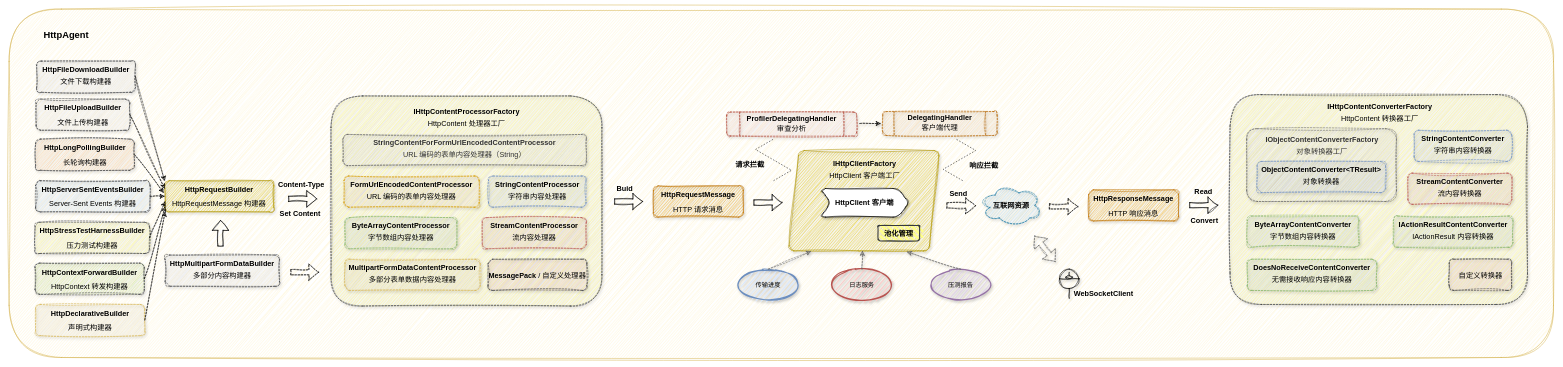
Before: drawio/HttpAgent.drawio in MonkSoul/HttpAgent, a draw.io diagram. Source tidied: cells renumbered, new cells numbered last; positions are measured from the earlier drawing's top-left corner, leaving out a move shared by most shapes. Both pictures are drawn from the tidied source at 52%, with x=0, y=0 at pixel (9, 9).
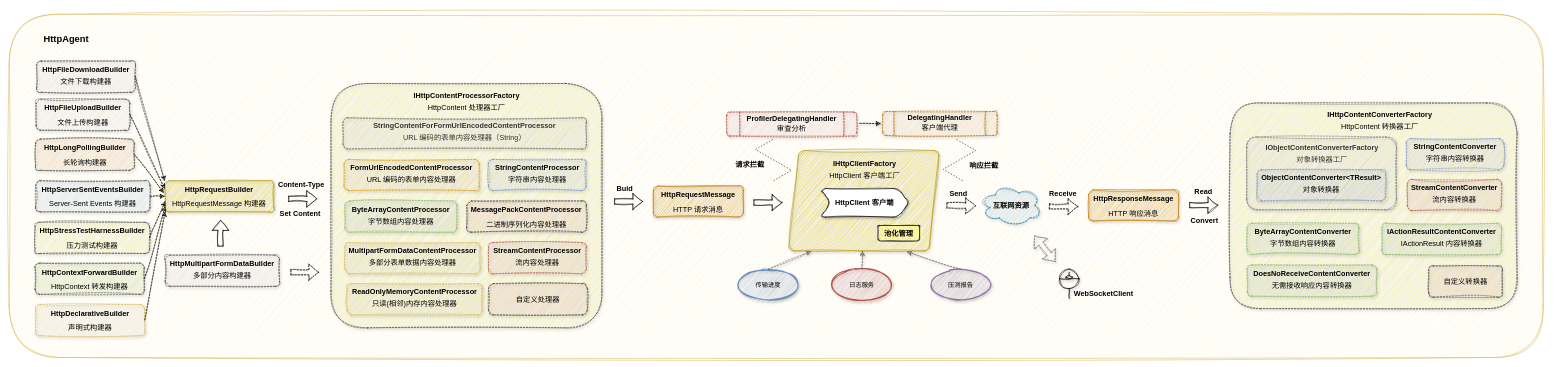
After the change.

Diff of the diagram source:
```diff
@@
     <mxCell id="2" style="rounded=1;whiteSpace=wrap;html=1;sketch=1;curveFitting=1;jiggle=2;fillColor=#fff2cc;strokeColor=#d6b656;" parent="1" vertex="1">
-      <mxGeometry width="2970" height="670" as="geometry" />
+      <mxGeometry y="10" width="2950" height="660" as="geometry" />
     </mxCell>
     <mxCell id="3" style="rounded=1;whiteSpace=wrap;html=1;fontSize=14;fontStyle=1;labelBackgroundColor=none;glass=0;shadow=1;sketch=1;curveFitting=1;jiggle=2;dashed=1;fillColor=#ffff88;strokeColor=#36393d;" parent="1" vertex="1">
-      <mxGeometry x="2348" y="164.5" width="572" height="403.5" as="geometry" />
+      <mxGeometry x="2348" y="180.5" width="552" height="395.5" as="geometry" />
     </mxCell>
     <mxCell id="4" value="&lt;div style=&quot;line-height: 200%;&quot;&gt;&lt;br&gt;&lt;/div&gt;" style="rounded=1;whiteSpace=wrap;html=1;fontSize=14;fontStyle=1;labelBackgroundColor=none;glass=0;shadow=1;sketch=1;curveFitting=1;jiggle=2;fillColor=#f5f5f5;strokeColor=#666666;dashed=1;fontColor=#333333;" parent="1" vertex="1">
-      <mxGeometry x="2380" y="230" width="288" height="140" as="geometry" />
+      <mxGeometry x="2380" y="246" width="288" height="140" as="geometry" />
     </mxCell>
@@
     <mxCell id="17" style="rounded=1;whiteSpace=wrap;html=1;fontSize=14;fontStyle=1;labelBackgroundColor=none;glass=0;shadow=1;sketch=1;curveFitting=1;jiggle=2;dashed=1;fillColor=#ffff88;strokeColor=#36393d;" parent="1" vertex="1">
-      <mxGeometry x="619" y="167" width="521" height="404" as="geometry" />
+      <mxGeometry x="619" y="143" width="521" height="470" as="geometry" />
     </mxCell>
@@
     <mxCell id="20" value="ByteArrayContentProcessor&lt;div style=&quot;line-height: 200%;&quot;&gt;&lt;span style=&quot;font-weight: 400;&quot;&gt;字节数组内容处理器&lt;/span&gt;&lt;br&gt;&lt;/div&gt;" style="rounded=1;whiteSpace=wrap;html=1;fontSize=14;fontStyle=1;labelBackgroundColor=none;glass=0;shadow=1;sketch=1;curveFitting=1;jiggle=2;fillColor=#d5e8d4;strokeColor=#82b366;dashed=1;" parent="1" vertex="1">
-      <mxGeometry x="646" y="401" width="215" height="60" as="geometry" />
+      <mxGeometry x="646" y="369" width="215" height="60" as="geometry" />
     </mxCell>
     <mxCell id="21" value="FormUrlEncodedContentProcessor&lt;div style=&quot;line-height: 200%;&quot;&gt;&lt;span style=&quot;font-weight: 400;&quot;&gt;URL 编码的表单内容处理器&lt;/span&gt;&lt;br&gt;&lt;/div&gt;" style="rounded=1;whiteSpace=wrap;html=1;fontSize=14;fontStyle=1;labelBackgroundColor=none;glass=0;shadow=1;sketch=1;curveFitting=1;jiggle=2;fillColor=#ffe6cc;strokeColor=#d79b00;dashed=1;" parent="1" vertex="1">
-      <mxGeometry x="644" y="321" width="260" height="60" as="geometry" />
+      <mxGeometry x="644" y="289" width="260" height="60" as="geometry" />
     </mxCell>
     <mxCell id="22" value="MultipartFormDataContentProcessor&lt;div style=&quot;line-height: 200%;&quot;&gt;&lt;span style=&quot;font-weight: 400;&quot;&gt;多部分表单数据内容处理器&lt;/span&gt;&lt;br&gt;&lt;/div&gt;" style="rounded=1;whiteSpace=wrap;html=1;fontSize=14;fontStyle=1;labelBackgroundColor=none;glass=0;shadow=1;sketch=1;curveFitting=1;jiggle=2;fillColor=#fff2cc;strokeColor=#d6b656;dashed=1;" parent="1" vertex="1">
-      <mxGeometry x="646" y="481" width="260" height="60" as="geometry" />
+      <mxGeometry x="646" y="449" width="260" height="60" as="geometry" />
     </mxCell>
     <mxCell id="23" value="StreamContentProcessor&lt;div style=&quot;line-height: 200%;&quot;&gt;&lt;span style=&quot;font-weight: 400;&quot;&gt;流内容处理器&lt;/span&gt;&lt;br&gt;&lt;/div&gt;" style="rounded=1;whiteSpace=wrap;html=1;fontSize=14;fontStyle=1;labelBackgroundColor=none;glass=0;shadow=1;sketch=1;curveFitting=1;jiggle=2;fillColor=#f8cecc;strokeColor=#b85450;dashed=1;" parent="1" vertex="1">
-      <mxGeometry x="910" y="401" width="200" height="60" as="geometry" />
+      <mxGeometry x="922" y="449" width="188" height="60" as="geometry" />
     </mxCell>
     <mxCell id="24" value="StringContentForFormUrlEncodedContentProcessor&lt;div style=&quot;line-height: 200%;&quot;&gt;&lt;span style=&quot;font-weight: 400;&quot;&gt;URL 编码的表单内容处理器（String）&lt;/span&gt;&lt;br&gt;&lt;/div&gt;" style="rounded=1;whiteSpace=wrap;html=1;fontSize=14;fontStyle=1;labelBackgroundColor=none;glass=0;shadow=1;sketch=1;curveFitting=1;jiggle=2;fillColor=#f5f5f5;strokeColor=#666666;dashed=1;fontColor=#333333;" parent="1" vertex="1">
-      <mxGeometry x="642" y="241" width="468" height="60" as="geometry" />
+      <mxGeometry x="642" y="209" width="468" height="60" as="geometry" />
     </mxCell>
     <mxCell id="25" value="StringContentProcessor&lt;div style=&quot;line-height: 200%;&quot;&gt;&lt;span style=&quot;font-weight: 400;&quot;&gt;字符串内容处理器&lt;/span&gt;&lt;br&gt;&lt;/div&gt;" style="rounded=1;whiteSpace=wrap;html=1;fontSize=14;fontStyle=1;labelBackgroundColor=none;glass=0;shadow=1;sketch=1;curveFitting=1;jiggle=2;fillColor=#dae8fc;strokeColor=#6c8ebf;dashed=1;" parent="1" vertex="1">
-      <mxGeometry x="922" y="321" width="187.5" height="60" as="geometry" />
+      <mxGeometry x="922" y="289" width="187.5" height="60" as="geometry" />
     </mxCell>
     <mxCell id="26" value="&lt;span style=&quot;font-size: 14px; font-weight: 700;&quot;&gt;IHttpContentProcessorFactory&lt;/span&gt;&lt;div style=&quot;font-size: 14px; font-weight: 700; line-height: 28px;&quot;&gt;&lt;span style=&quot;font-weight: 400;&quot;&gt;HttpContent 处理器工厂&lt;/span&gt;&lt;/div&gt;" style="text;html=1;align=center;verticalAlign=middle;whiteSpace=wrap;rounded=0;" parent="1" vertex="1">
-      <mxGeometry x="759.5" y="197" width="240" height="30" as="geometry" />
+      <mxGeometry x="759.5" y="165" width="240" height="30" as="geometry" />
     </mxCell>
-    <mxCell id="27" value="&lt;div style=&quot;line-height: 200%;&quot;&gt;&lt;span style=&quot;background-color: initial;&quot;&gt;MessagePack&amp;nbsp;&lt;/span&gt;&lt;span style=&quot;background-color: initial; font-weight: 400;&quot;&gt;/&amp;nbsp;&lt;/span&gt;&lt;span style=&quot;font-weight: 400;&quot;&gt;自定义处理器&lt;/span&gt;&lt;br&gt;&lt;/div&gt;" style="rounded=1;whiteSpace=wrap;html=1;fontSize=14;fontStyle=1;labelBackgroundColor=none;glass=0;shadow=1;sketch=1;curveFitting=1;jiggle=2;fillColor=#ffcccc;strokeColor=#36393d;dashed=1;" parent="1" vertex="1">
-      <mxGeometry x="921" y="481" width="190" height="60" as="geometry" />
+    <mxCell id="27" value="&lt;div style=&quot;line-height: 200%;&quot;&gt;MessagePackContentProcessor&lt;/div&gt;&lt;div style=&quot;line-height: 200%;&quot;&gt;&lt;span style=&quot;font-weight: 400;&quot;&gt;二进制序列化内容处理器&lt;/span&gt;&lt;/div&gt;" style="rounded=1;whiteSpace=wrap;html=1;fontSize=14;fontStyle=1;labelBackgroundColor=none;glass=0;shadow=1;sketch=1;curveFitting=1;jiggle=2;fillColor=#ffcccc;strokeColor=#36393d;dashed=1;" parent="1" vertex="1">
+      <mxGeometry x="880" y="369" width="230" height="60" as="geometry" />
     </mxCell>
@@
     <mxCell id="30" value="ByteArrayContentConverter&lt;div style=&quot;line-height: 200%;&quot;&gt;&lt;span style=&quot;font-weight: 400;&quot;&gt;字节数组内容转换器&lt;/span&gt;&lt;br&gt;&lt;/div&gt;" style="rounded=1;whiteSpace=wrap;html=1;fontSize=14;fontStyle=1;labelBackgroundColor=none;glass=0;shadow=1;sketch=1;curveFitting=1;jiggle=2;fillColor=#d5e8d4;strokeColor=#82b366;dashed=1;" parent="1" vertex="1">
-      <mxGeometry x="2381" y="398" width="215" height="60" as="geometry" />
+      <mxGeometry x="2381" y="412" width="215" height="60" as="geometry" />
     </mxCell>
     <mxCell id="31" value="StreamContentConverter&lt;div style=&quot;line-height: 200%;&quot;&gt;&lt;span style=&quot;font-weight: 400;&quot;&gt;流内容转换器&lt;/span&gt;&lt;br&gt;&lt;/div&gt;" style="rounded=1;whiteSpace=wrap;html=1;fontSize=14;fontStyle=1;labelBackgroundColor=none;glass=0;shadow=1;sketch=1;curveFitting=1;jiggle=2;fillColor=#f8cecc;strokeColor=#b85450;dashed=1;" parent="1" vertex="1">
-      <mxGeometry x="2690" y="315.5" width="200" height="60" as="geometry" />
+      <mxGeometry x="2689" y="327.5" width="181" height="60" as="geometry" />
     </mxCell>
     <mxCell id="32" value="ObjectContentConverter&amp;lt;TResult&amp;gt;&lt;div style=&quot;line-height: 200%;&quot;&gt;&lt;span style=&quot;font-weight: 400;&quot;&gt;对象转换器&lt;/span&gt;&lt;br&gt;&lt;/div&gt;" style="rounded=1;whiteSpace=wrap;html=1;fontSize=14;fontStyle=1;labelBackgroundColor=none;glass=0;shadow=1;sketch=1;curveFitting=1;jiggle=2;fillColor=#dae8fc;strokeColor=#6c8ebf;dashed=1;" parent="1" vertex="1">
-      <mxGeometry x="2400" y="293" width="247" height="60" as="geometry" />
+      <mxGeometry x="2400" y="309" width="247" height="60" as="geometry" />
     </mxCell>
     <mxCell id="33" value="StringContentConverter&lt;div style=&quot;line-height: 200%;&quot;&gt;&lt;span style=&quot;font-weight: 400;&quot;&gt;字符串内容转换器&lt;/span&gt;&lt;br&gt;&lt;/div&gt;" style="rounded=1;whiteSpace=wrap;html=1;fontSize=14;fontStyle=1;labelBackgroundColor=none;glass=0;shadow=1;sketch=1;curveFitting=1;jiggle=2;fillColor=#dae8fc;strokeColor=#6c8ebf;dashed=1;" parent="1" vertex="1">
-      <mxGeometry x="2702" y="233" width="187.5" height="60" as="geometry" />
+      <mxGeometry x="2687" y="249" width="187.5" height="60" as="geometry" />
     </mxCell>
     <mxCell id="34" value="&lt;span style=&quot;font-size: 14px;&quot;&gt;&lt;b&gt;IHttpContentConverterFactory&lt;/b&gt;&lt;/span&gt;&lt;br&gt;&lt;div style=&quot;font-size: 14px; font-weight: 700; line-height: 28px;&quot;&gt;&lt;span style=&quot;font-weight: 400;&quot;&gt;HttpContent 转换器工厂&lt;/span&gt;&lt;/div&gt;" style="text;html=1;align=center;verticalAlign=middle;whiteSpace=wrap;rounded=0;" parent="1" vertex="1">
-      <mxGeometry x="2516" y="185.5" width="240" height="30" as="geometry" />
+      <mxGeometry x="2516" y="201.5" width="240" height="30" as="geometry" />
     </mxCell>
     <mxCell id="35" value="&lt;div style=&quot;line-height: 200%;&quot;&gt;&lt;span style=&quot;font-weight: 400;&quot;&gt;自定义转换器&lt;/span&gt;&lt;br&gt;&lt;/div&gt;" style="rounded=1;whiteSpace=wrap;html=1;fontSize=14;fontStyle=1;labelBackgroundColor=none;glass=0;shadow=1;sketch=1;curveFitting=1;jiggle=2;fillColor=#ffcccc;strokeColor=#36393d;dashed=1;" parent="1" vertex="1">
-      <mxGeometry x="2769.5" y="481" width="120" height="60" as="geometry" />
+      <mxGeometry x="2730" y="494" width="141.5" height="60" as="geometry" />
     </mxCell>
@@
     <mxCell id="50" value="HttpAgent" style="text;html=1;align=center;verticalAlign=middle;whiteSpace=wrap;rounded=0;fontStyle=1;fontSize=18;" parent="1" vertex="1">
-      <mxGeometry x="65" y="36" width="90" height="30" as="geometry" />
+      <mxGeometry x="65" y="42" width="90" height="30" as="geometry" />
     </mxCell>
     <mxCell id="51" value="IActionResultContentConverter&lt;div style=&quot;line-height: 200%;&quot;&gt;&lt;span style=&quot;font-weight: 400;&quot;&gt;IActionResult 内容转换器&lt;/span&gt;&lt;br&gt;&lt;/div&gt;" style="rounded=1;whiteSpace=wrap;html=1;fontSize=14;fontStyle=1;labelBackgroundColor=none;glass=0;shadow=1;sketch=1;curveFitting=1;jiggle=2;fillColor=#d5e8d4;strokeColor=#82b366;dashed=1;" parent="1" vertex="1">
-      <mxGeometry x="2662" y="398" width="230" height="60" as="geometry" />
+      <mxGeometry x="2640" y="412" width="230" height="60" as="geometry" />
     </mxCell>
     <mxCell id="52" value="&lt;span style=&quot;color: rgb(51, 51, 51); font-size: 14px; font-weight: 700;&quot;&gt;IObjectContentConverterFactory&lt;/span&gt;&lt;div style=&quot;color: rgb(51, 51, 51); font-size: 14px; font-weight: 700; line-height: 28px;&quot;&gt;&lt;span style=&quot;font-weight: 400;&quot;&gt;对象转换器工厂&lt;/span&gt;&lt;/div&gt;" style="text;html=1;align=center;verticalAlign=middle;whiteSpace=wrap;rounded=0;" parent="1" vertex="1">
-      <mxGeometry x="2405" y="250" width="240" height="30" as="geometry" />
+      <mxGeometry x="2405" y="266" width="240" height="30" as="geometry" />
     </mxCell>
@@
     <mxCell id="76" value="DoesNoReceiveContentConverter&lt;div style=&quot;line-height: 200%;&quot;&gt;&lt;span style=&quot;font-weight: 400;&quot;&gt;无需接收响应内容转换器&lt;/span&gt;&lt;br&gt;&lt;/div&gt;" style="rounded=1;whiteSpace=wrap;html=1;fontSize=14;fontStyle=1;labelBackgroundColor=none;glass=0;shadow=1;sketch=1;curveFitting=1;jiggle=2;fillColor=#d5e8d4;strokeColor=#82b366;dashed=1;" parent="1" vertex="1">
-      <mxGeometry x="2381" y="481" width="249" height="60" as="geometry" />
+      <mxGeometry x="2381" y="492" width="249" height="60" as="geometry" />
     </mxCell>
+    <mxCell id="77" value="ReadOnlyMemoryContentProcessor&lt;br&gt;&lt;div style=&quot;line-height: 200%;&quot;&gt;&lt;span style=&quot;font-weight: 400;&quot;&gt;只读(相邻)内存内容处理器&lt;/span&gt;&lt;br&gt;&lt;/div&gt;" style="rounded=1;whiteSpace=wrap;html=1;fontSize=14;fontStyle=1;labelBackgroundColor=none;glass=0;shadow=1;sketch=1;curveFitting=1;jiggle=2;fillColor=#fff2cc;strokeColor=#d6b656;dashed=1;" parent="1" vertex="1">
+      <mxGeometry x="650" y="528" width="260" height="60" as="geometry" />
+    </mxCell>
+    <mxCell id="78" value="&lt;div style=&quot;line-height: 200%;&quot;&gt;&lt;span style=&quot;font-weight: 400;&quot;&gt;自定义处理器&lt;/span&gt;&lt;br&gt;&lt;/div&gt;" style="rounded=1;whiteSpace=wrap;html=1;fontSize=14;fontStyle=1;labelBackgroundColor=none;glass=0;shadow=1;sketch=1;curveFitting=1;jiggle=2;fillColor=#ffcccc;strokeColor=#36393d;dashed=1;" parent="1" vertex="1">
+      <mxGeometry x="922" y="528" width="190" height="60" as="geometry" />
+    </mxCell>
+    <mxCell id="79" value="Receive" style="text;html=1;align=center;verticalAlign=middle;whiteSpace=wrap;rounded=0;fontSize=14;fontStyle=1;" parent="1" vertex="1">
+      <mxGeometry x="1972" y="339" width="110" height="30" as="geometry" />
+    </mxCell>
```
